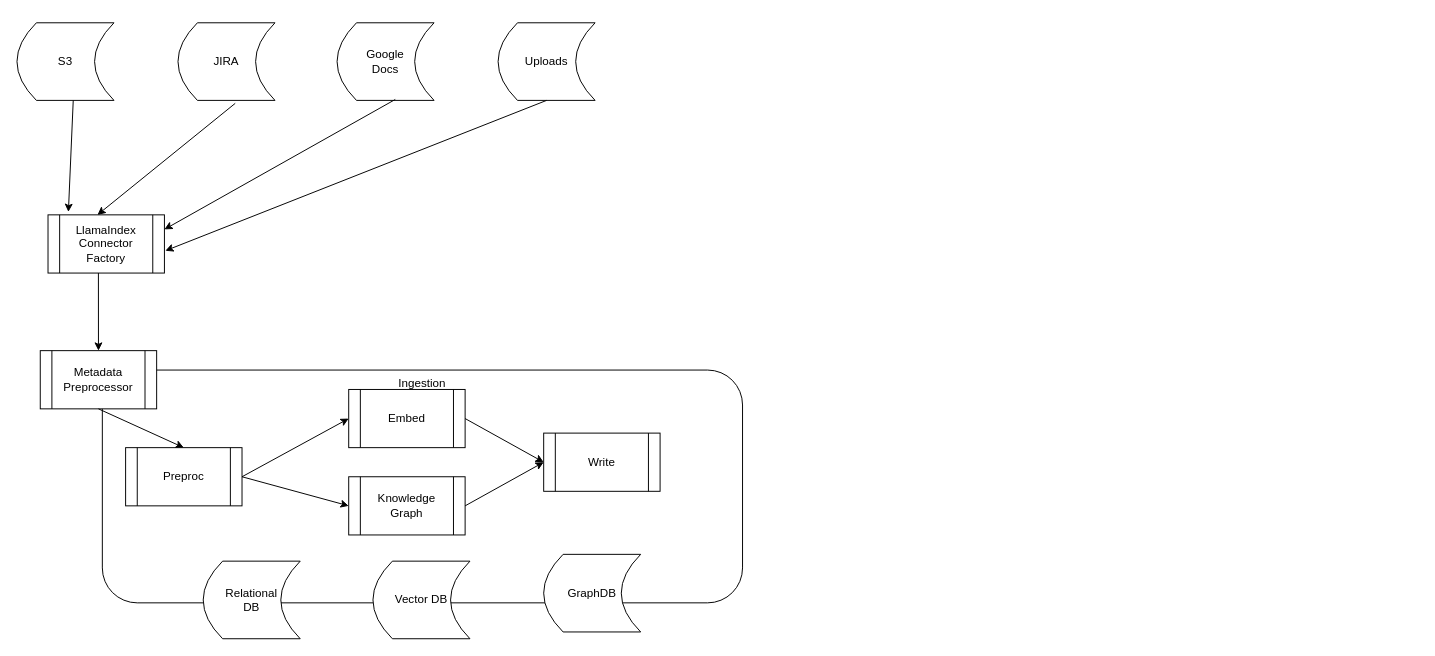
amanrai/TuliusBackend keeps this draw.io diagram as Untitled Diagram.drawio. Above is the earlier version. Source tidied: cells renumbered, new cells numbered last; positions are measured from the earlier drawing's top-left corner, leaving out a move shared by most shapes. Both pictures are drawn from the tidied source at 97%, with x=0, y=0 at pixel (16, 22).
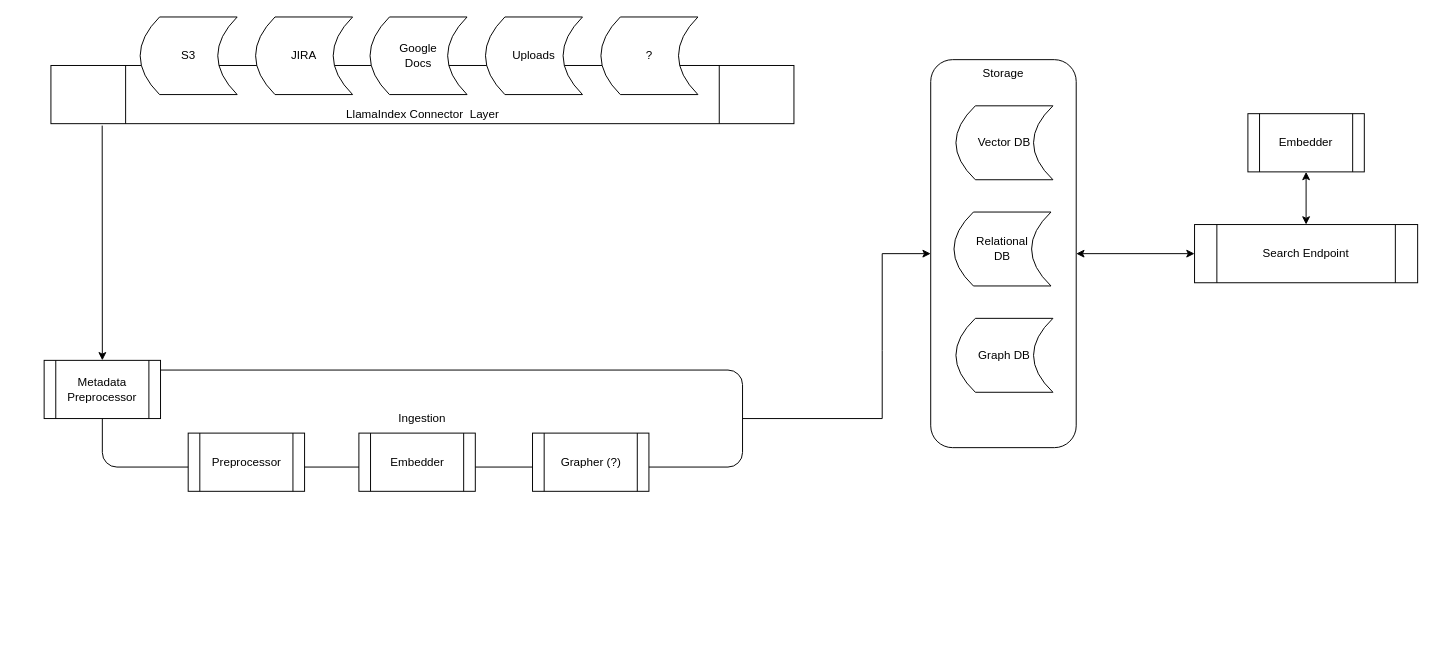
After the change.

Diff of the diagram source:
```diff
@@
-    <mxCell id="2" value="Ingestion" style="rounded=1;whiteSpace=wrap;html=1;verticalAlign=top;" parent="1" vertex="1">
-      <mxGeometry x="88" y="358" width="660" height="240" as="geometry" />
+    <mxCell id="2" value="Ingestion" style="rounded=1;whiteSpace=wrap;html=1;verticalAlign=middle;" parent="1" vertex="1">
+      <mxGeometry x="88" y="358" width="660" height="100" as="geometry" />
     </mxCell>
+    <mxCell id="7" value="Metadata Preprocessor" style="shape=process;whiteSpace=wrap;html=1;backgroundOutline=1;" parent="1" vertex="1">
+      <mxGeometry x="28" y="348" width="120" height="60" as="geometry" />
+    </mxCell>
+    <mxCell id="20" value="LlamaIndex Connector &amp;nbsp;Layer" style="shape=process;whiteSpace=wrap;html=1;backgroundOutline=1;verticalAlign=bottom;" parent="1" vertex="1">
+      <mxGeometry x="35" y="44" width="766" height="60" as="geometry" />
+    </mxCell>
+    <mxCell id="25" style="endArrow=classic;html=1;rounded=0;entryX=0.5;entryY=0;entryDx=0;entryDy=0;exitX=0.069;exitY=1.033;exitDx=0;exitDy=0;exitPerimeter=0;" parent="1" edge="1" source="20" target="7">
+      <mxGeometry relative="1" as="geometry" />
+    </mxCell>
     <mxCell id="3" value="S3" style="shape=dataStorage;whiteSpace=wrap;html=1;fixedSize=1;" parent="1" vertex="1">
-      <mxGeometry width="100" height="80" as="geometry" />
+      <mxGeometry x="127" y="-6" width="100" height="80" as="geometry" />
     </mxCell>
     <mxCell id="4" value="JIRA" style="shape=dataStorage;whiteSpace=wrap;html=1;fixedSize=1;" parent="1" vertex="1">
-      <mxGeometry x="166" width="100" height="80" as="geometry" />
+      <mxGeometry x="246" y="-6" width="100" height="80" as="geometry" />
     </mxCell>
     <mxCell id="5" value="Google &lt;br&gt;Docs" style="shape=dataStorage;whiteSpace=wrap;html=1;fixedSize=1;" parent="1" vertex="1">
-      <mxGeometry x="330" width="100" height="80" as="geometry" />
+      <mxGeometry x="364" y="-6" width="100" height="80" as="geometry" />
     </mxCell>
     <mxCell id="6" value="Uploads" style="shape=dataStorage;whiteSpace=wrap;html=1;fixedSize=1;" parent="1" vertex="1">
-      <mxGeometry x="496" width="100" height="80" as="geometry" />
+      <mxGeometry x="483" y="-6" width="100" height="80" as="geometry" />
     </mxCell>
-    <mxCell id="7" value="Metadata Preprocessor" style="shape=process;whiteSpace=wrap;html=1;backgroundOutline=1;" parent="1" vertex="1">
-      <mxGeometry x="24" y="338" width="120" height="60" as="geometry" />
-    </mxCell>
-    <mxCell id="8" style="endArrow=classic;html=1;rounded=0;exitX=0.5;exitY=1;exitDx=0;exitDy=0;entryX=0.5;entryY=0;entryDx=0;entryDy=0;" parent="1" edge="1" source="7" target="11">
-      <mxGeometry relative="1" as="geometry" />
-    </mxCell>
+    <mxCell id="26" value="?" style="shape=dataStorage;whiteSpace=wrap;html=1;fixedSize=1;" parent="1" vertex="1">
+      <mxGeometry x="602" y="-6" width="100" height="80" as="geometry" />
+    </mxCell>
+    <mxCell id="27" style="group;" parent="1" vertex="1">
+      <mxGeometry x="942" y="38" width="150" height="400" as="geometry" />
+    </mxCell>
+    <mxCell id="28" value="Storage" style="rounded=1;whiteSpace=wrap;html=1;verticalAlign=top;" parent="27" vertex="1">
+      <mxGeometry width="150" height="400" as="geometry" />
+    </mxCell>
-    <mxCell id="9" value="Relational&lt;br&gt;DB" style="shape=dataStorage;whiteSpace=wrap;html=1;fixedSize=1;" parent="1" vertex="1">
-      <mxGeometry x="192" y="555" width="100" height="80" as="geometry" />
+    <mxCell id="9" value="Relational&lt;br&gt;DB" style="shape=dataStorage;whiteSpace=wrap;html=1;fixedSize=1;" parent="27" vertex="1">
+      <mxGeometry x="24" y="157.1" width="100" height="76.2" as="geometry" />
     </mxCell>
-    <mxCell id="10" value="Vector DB" style="shape=dataStorage;whiteSpace=wrap;html=1;fixedSize=1;" parent="1" vertex="1">
-      <mxGeometry x="367" y="555" width="100" height="80" as="geometry" />
+    <mxCell id="10" value="Vector DB" style="shape=dataStorage;whiteSpace=wrap;html=1;fixedSize=1;" parent="27" vertex="1">
+      <mxGeometry x="26" y="47.6" width="100" height="76.2" as="geometry" />
     </mxCell>
-    <mxCell id="11" value="Preproc" style="shape=process;whiteSpace=wrap;html=1;backgroundOutline=1;" parent="1" vertex="1">
-      <mxGeometry x="112" y="438" width="120" height="60" as="geometry" />
-    </mxCell>
-    <mxCell id="12" value="Embed" style="shape=process;whiteSpace=wrap;html=1;backgroundOutline=1;" parent="1" vertex="1">
-      <mxGeometry x="342" y="378" width="120" height="60" as="geometry" />
-    </mxCell>
-    <mxCell id="13" value="Write" style="shape=process;whiteSpace=wrap;html=1;backgroundOutline=1;" parent="1" vertex="1">
-      <mxGeometry x="543" y="423" width="120" height="60" as="geometry" />
-    </mxCell>
-    <mxCell id="14" style="endArrow=classic;html=1;rounded=0;exitX=1;exitY=0.5;exitDx=0;exitDy=0;entryX=0;entryY=0.5;entryDx=0;entryDy=0;" parent="1" edge="1" source="11" target="12">
-      <mxGeometry relative="1" as="geometry" />
-    </mxCell>
-    <mxCell id="15" style="endArrow=classic;html=1;rounded=0;exitX=1;exitY=0.5;exitDx=0;exitDy=0;entryX=0;entryY=0.5;entryDx=0;entryDy=0;" parent="1" edge="1" source="12" target="13">
-      <mxGeometry relative="1" as="geometry" />
-    </mxCell>
-    <mxCell id="16" value="GraphDB" style="shape=dataStorage;whiteSpace=wrap;html=1;fixedSize=1;" parent="1" vertex="1">
-      <mxGeometry x="543" y="548" width="100" height="80" as="geometry" />
-    </mxCell>
-    <mxCell id="17" value="Knowledge Graph" style="shape=process;whiteSpace=wrap;html=1;backgroundOutline=1;" parent="1" vertex="1">
-      <mxGeometry x="342" y="468" width="120" height="60" as="geometry" />
-    </mxCell>
-    <mxCell id="18" style="endArrow=classic;html=1;rounded=0;entryX=0;entryY=0.5;entryDx=0;entryDy=0;exitX=1;exitY=0.5;exitDx=0;exitDy=0;" parent="1" edge="1" source="17" target="13">
-      <mxGeometry relative="1" as="geometry" />
-    </mxCell>
-    <mxCell id="19" style="endArrow=classic;html=1;rounded=0;entryX=0;entryY=0.5;entryDx=0;entryDy=0;" parent="1" edge="1" target="17">
-      <mxGeometry relative="1" as="geometry">
-        <mxPoint x="232" y="468" as="sourcePoint" />
-      </mxGeometry>
-    </mxCell>
-    <mxCell id="20" value="LlamaIndex Connector Factory" style="shape=process;whiteSpace=wrap;html=1;backgroundOutline=1;" parent="1" vertex="1">
-      <mxGeometry x="32" y="198" width="120" height="60" as="geometry" />
-    </mxCell>
-    <mxCell id="21" style="endArrow=classic;html=1;rounded=0;exitX=0.58;exitY=1;exitDx=0;exitDy=0;entryX=0.175;entryY=-0.05;entryDx=0;entryDy=0;exitPerimeter=0;entryPerimeter=0;" parent="1" edge="1" source="3" target="20">
-      <mxGeometry relative="1" as="geometry" />
-    </mxCell>
-    <mxCell id="22" style="endArrow=classic;html=1;rounded=0;entryX=0.425;entryY=0;entryDx=0;entryDy=0;entryPerimeter=0;exitX=0.59;exitY=1.038;exitDx=0;exitDy=0;exitPerimeter=0;" parent="1" edge="1" source="4" target="20">
-      <mxGeometry relative="1" as="geometry" />
-    </mxCell>
-    <mxCell id="23" style="endArrow=classic;html=1;rounded=0;exitX=0.6;exitY=0.988;exitDx=0;exitDy=0;exitPerimeter=0;entryX=1;entryY=0.25;entryDx=0;entryDy=0;" parent="1" edge="1" source="5" target="20">
-      <mxGeometry relative="1" as="geometry" />
-    </mxCell>
-    <mxCell id="24" style="endArrow=classic;html=1;rounded=0;entryX=1.008;entryY=0.617;entryDx=0;entryDy=0;entryPerimeter=0;exitX=0.5;exitY=1;exitDx=0;exitDy=0;" parent="1" edge="1" source="6" target="20">
-      <mxGeometry relative="1" as="geometry" />
-    </mxCell>
-    <mxCell id="25" style="endArrow=classic;html=1;rounded=0;entryX=0.5;entryY=0;entryDx=0;entryDy=0;exitX=0.433;exitY=1;exitDx=0;exitDy=0;exitPerimeter=0;" parent="1" edge="1" source="20" target="7">
-      <mxGeometry relative="1" as="geometry" />
-    </mxCell>
+    <mxCell id="29" value="Graph DB" style="shape=dataStorage;whiteSpace=wrap;html=1;fixedSize=1;" parent="27" vertex="1">
+      <mxGeometry x="26" y="266.7" width="100" height="76.2" as="geometry" />
+    </mxCell>
+    <mxCell id="30" value="Preprocessor" style="shape=process;whiteSpace=wrap;html=1;backgroundOutline=1;" parent="1" vertex="1">
+      <mxGeometry x="176.5" y="423" width="120" height="60" as="geometry" />
+    </mxCell>
+    <mxCell id="31" value="Embedder" style="shape=process;whiteSpace=wrap;html=1;backgroundOutline=1;" parent="1" vertex="1">
+      <mxGeometry x="352.5" y="423" width="120" height="60" as="geometry" />
+    </mxCell>
+    <mxCell id="32" value="Grapher (?)" style="shape=process;whiteSpace=wrap;html=1;backgroundOutline=1;" parent="1" vertex="1">
+      <mxGeometry x="531.5" y="423" width="120" height="60" as="geometry" />
+    </mxCell>
+    <mxCell id="33" style="endArrow=classic;html=1;rounded=0;exitX=1;exitY=0.5;exitDx=0;exitDy=0;entryX=0;entryY=0.5;entryDx=0;entryDy=0;" parent="1" edge="1" source="2" target="28">
+      <mxGeometry relative="1" as="geometry">
+        <Array as="points">
+          <mxPoint x="892" y="408" />
+          <mxPoint x="892" y="338" />
+          <mxPoint x="892" y="238" />
+        </Array>
+      </mxGeometry>
+    </mxCell>
+    <mxCell id="34" value="Search Endpoint" style="shape=process;whiteSpace=wrap;html=1;backgroundOutline=1;" parent="1" vertex="1">
+      <mxGeometry x="1214" y="208" width="230" height="60" as="geometry" />
+    </mxCell>
+    <mxCell id="35" value="Embedder" style="shape=process;whiteSpace=wrap;html=1;backgroundOutline=1;" parent="1" vertex="1">
+      <mxGeometry x="1269" y="93.7" width="120" height="60" as="geometry" />
+    </mxCell>
+    <mxCell id="36" style="endArrow=classic;startArrow=classic;html=1;rounded=0;entryX=0.5;entryY=1;entryDx=0;entryDy=0;exitX=0.5;exitY=0;exitDx=0;exitDy=0;" parent="1" edge="1" source="34" target="35">
+      <mxGeometry relative="1" as="geometry" />
+    </mxCell>
+    <mxCell id="37" style="endArrow=classic;startArrow=classic;html=1;rounded=0;entryX=0;entryY=0.5;entryDx=0;entryDy=0;" parent="1" edge="1" source="28" target="34">
+      <mxGeometry relative="1" as="geometry" />
+    </mxCell>
```
